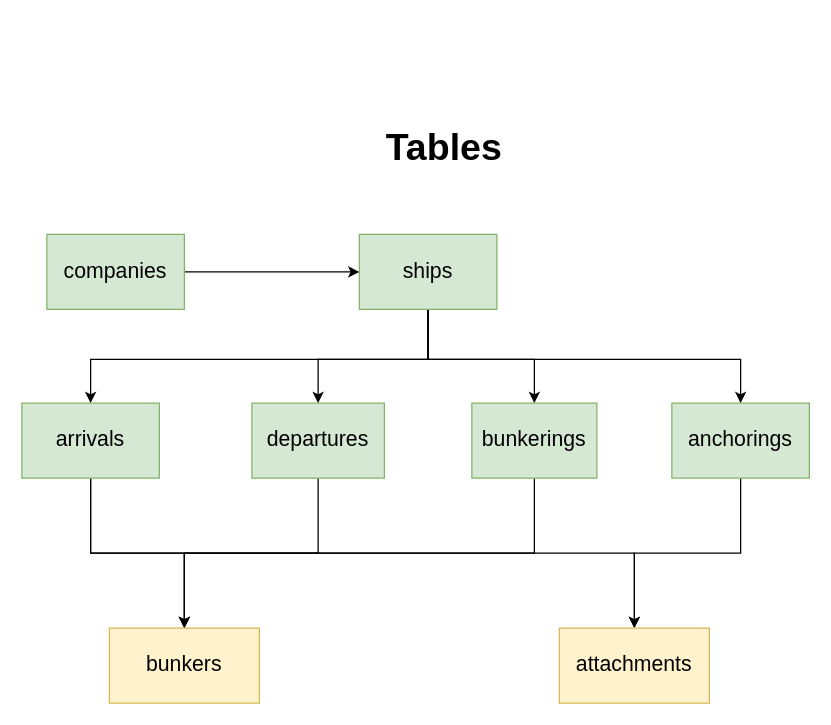
Before: page "Main Structure" (1 of 4) of mrvtool.drawio in dagistan-tuncbilek/tasarimlar, a draw.io diagram. Source tidied: cells renumbered, new cells numbered last; positions are measured from the earlier drawing's top-left corner, leaving out a move shared by most shapes. Both pictures are drawn from the tidied source at 125%, with x=0, y=0 at pixel (21, 121).
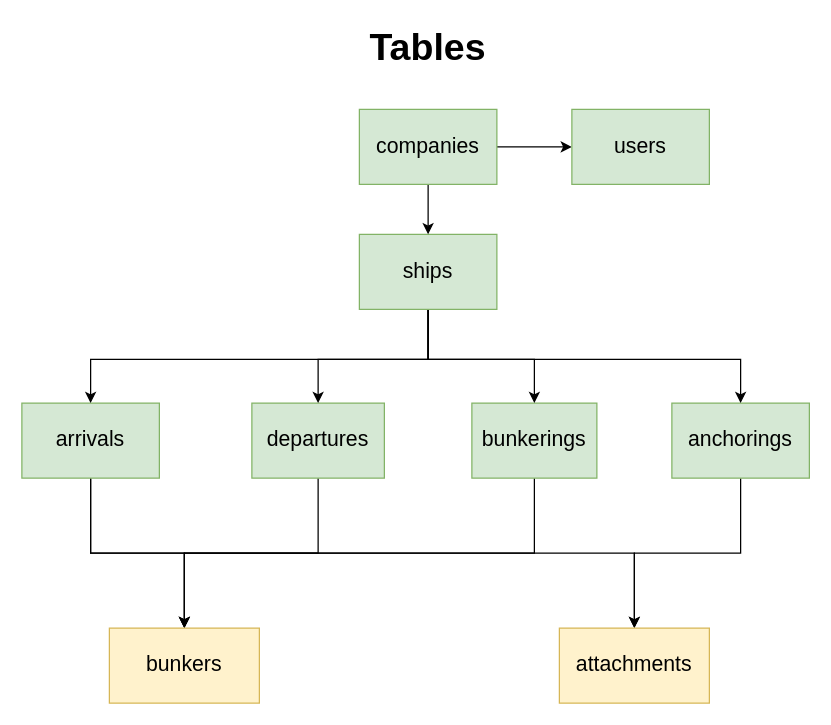
The same page after the edit.

Change to the diagram source:
```diff
@@
     <mxCell id="5" value="Tables" style="text;html=1;strokeColor=none;fillColor=none;align=center;verticalAlign=middle;whiteSpace=wrap;rounded=0;fontSize=30;fontStyle=1;" parent="1" vertex="1">
-      <mxGeometry x="270" width="136" height="40" as="geometry" />
+      <mxGeometry x="257" y="-80" width="136" height="40" as="geometry" />
     </mxCell>
@@
+    <mxCell id="21" style="edgeStyle=orthogonalEdgeStyle;rounded=0;jettySize=auto;html=1;fontSize=17;" parent="1" edge="1" source="20">
+      <mxGeometry relative="1" as="geometry">
+        <mxPoint x="440" y="20" as="targetPoint" />
+      </mxGeometry>
+    </mxCell>
     <mxCell id="20" value="companies" style="rounded=0;whiteSpace=wrap;html=1;fontSize=17;fillColor=#d5e8d4;strokeColor=#82b366;" parent="1" vertex="1">
-      <mxGeometry x="20" y="90" width="110" height="60" as="geometry" />
+      <mxGeometry x="270" y="-10" width="110" height="60" as="geometry" />
     </mxCell>
+    <mxCell id="22" value="users" style="rounded=0;whiteSpace=wrap;html=1;fontSize=17;fillColor=#d5e8d4;strokeColor=#82b366;" parent="1" vertex="1">
+      <mxGeometry x="440" y="-10" width="110" height="60" as="geometry" />
+    </mxCell>
```
